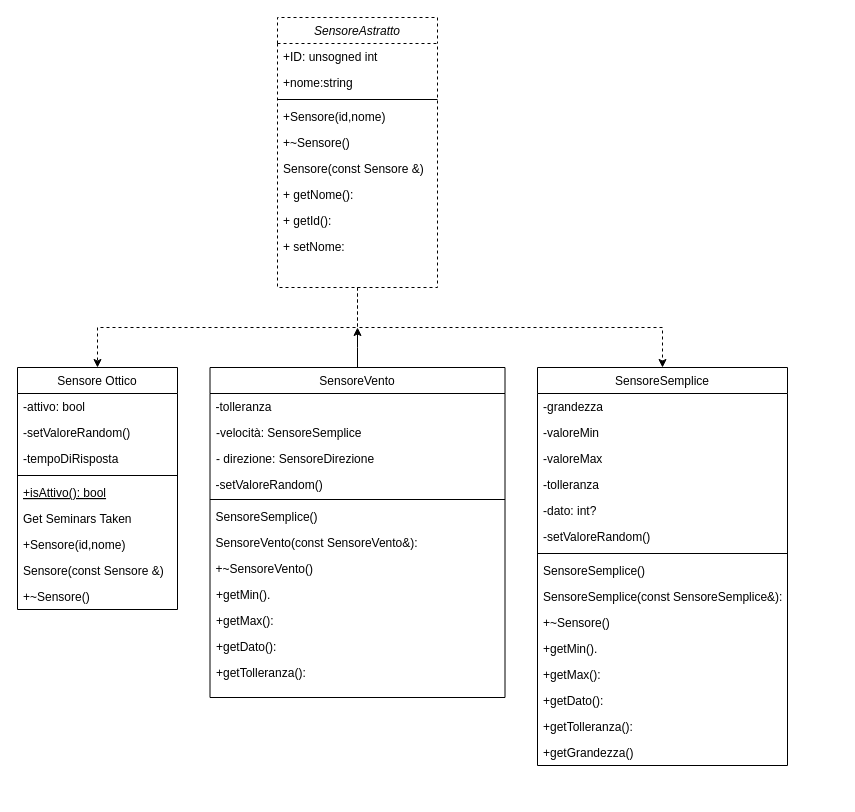
matteoumatche/PAO2024 keeps this draw.io diagram as Pao2024lo.drawio. Above is the earlier version. Source tidied: cells renumbered, new cells numbered last; positions are measured from the earlier drawing's top-left corner, leaving out a move shared by most shapes. Both pictures are drawn from the tidied source at 100%, with x=0, y=0 at pixel (17, 17).
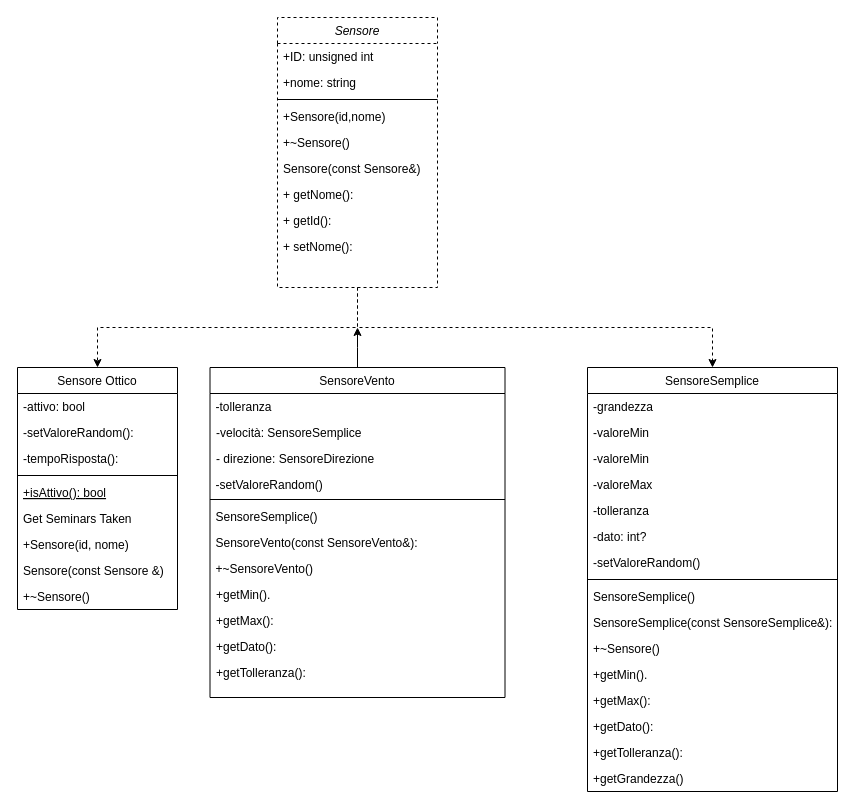
Above is the later version.

Unchanged cells that the change refers to:
```xml
<mxCell id="14" value="Sensore Ottico" style="swimlane;fontStyle=0;align=center;verticalAlign=top;horizontal=1;startSize=26;rounded=0;shadow=0;strokeWidth=1;" parent="1" vertex="1">
  <mxGeometry y="350" width="160" height="242" as="geometry" />
</mxCell>
```

The edit, as a diff of the source:
```diff
@@
-    <mxCell id="4" value="SensoreAstratto" style="swimlane;fontStyle=2;align=center;verticalAlign=top;horizontal=1;startSize=26;rounded=0;shadow=0;strokeWidth=1;dashed=1;" parent="1" vertex="1">
+    <mxCell id="4" value="Sensore" style="swimlane;fontStyle=2;align=center;verticalAlign=top;horizontal=1;startSize=26;rounded=0;shadow=0;strokeWidth=1;dashed=1;" parent="1" vertex="1">
       <mxGeometry x="260" width="160" height="270" as="geometry" />
     </mxCell>
-    <mxCell id="5" value="+ID: unsogned int" style="text;align=left;verticalAlign=top;spacingLeft=4;spacingRight=4;overflow=hidden;" parent="4" vertex="1">
+    <mxCell id="5" value="+ID: unsigned int" style="text;align=left;verticalAlign=top;spacingLeft=4;spacingRight=4;overflow=hidden;" parent="4" vertex="1">
       <mxGeometry y="26" width="160" height="26" as="geometry" />
     </mxCell>
-    <mxCell id="6" value="+nome:string" style="text;align=left;verticalAlign=top;spacingLeft=4;spacingRight=4;overflow=hidden;rounded=0;shadow=0;html=0;" parent="4" vertex="1">
+    <mxCell id="6" value="+nome: string" style="text;align=left;verticalAlign=top;spacingLeft=4;spacingRight=4;overflow=hidden;rounded=0;shadow=0;html=0;" parent="4" vertex="1">
       <mxGeometry y="52" width="160" height="26" as="geometry" />
     </mxCell>
@@
-    <mxCell id="10" value="Sensore(const Sensore &amp;amp;)" style="text;strokeColor=none;fillColor=none;align=left;verticalAlign=top;spacingLeft=4;spacingRight=4;overflow=hidden;whiteSpace=wrap;html=1;" parent="4" vertex="1">
+    <mxCell id="10" value="Sensore(const Sensore&amp;amp;)" style="text;strokeColor=none;fillColor=none;align=left;verticalAlign=top;spacingLeft=4;spacingRight=4;overflow=hidden;whiteSpace=wrap;html=1;" parent="4" vertex="1">
       <mxGeometry y="138" width="160" height="26" as="geometry" />
     </mxCell>
@@
-    <mxCell id="13" value="+ setNome:&amp;nbsp;" style="text;strokeColor=none;fillColor=none;align=left;verticalAlign=top;spacingLeft=4;spacingRight=4;overflow=hidden;whiteSpace=wrap;html=1;" parent="4" vertex="1">
+    <mxCell id="13" value="+ setNome():&amp;nbsp;" style="text;strokeColor=none;fillColor=none;align=left;verticalAlign=top;spacingLeft=4;spacingRight=4;overflow=hidden;whiteSpace=wrap;html=1;" parent="4" vertex="1">
       <mxGeometry y="216" width="160" height="26" as="geometry" />
     </mxCell>
@@
-    <mxCell id="16" value="-setValoreRandom()" style="text;align=left;verticalAlign=top;spacingLeft=4;spacingRight=4;overflow=hidden;rounded=0;shadow=0;html=0;" parent="14" vertex="1">
+    <mxCell id="16" value="-setValoreRandom():" style="text;align=left;verticalAlign=top;spacingLeft=4;spacingRight=4;overflow=hidden;rounded=0;shadow=0;html=0;" parent="14" vertex="1">
       <mxGeometry y="52" width="160" height="26" as="geometry" />
     </mxCell>
-    <mxCell id="17" value="-tempoDiRisposta" style="text;align=left;verticalAlign=top;spacingLeft=4;spacingRight=4;overflow=hidden;rounded=0;shadow=0;html=0;" parent="14" vertex="1">
+    <mxCell id="17" value="-tempoRisposta():" style="text;align=left;verticalAlign=top;spacingLeft=4;spacingRight=4;overflow=hidden;rounded=0;shadow=0;html=0;" parent="14" vertex="1">
       <mxGeometry y="78" width="160" height="26" as="geometry" />
     </mxCell>
@@
-    <mxCell id="21" value="+Sensore(id,nome)" style="text;align=left;verticalAlign=top;spacingLeft=4;spacingRight=4;overflow=hidden;" parent="14" vertex="1">
+    <mxCell id="21" value="+Sensore(id, nome)" style="text;align=left;verticalAlign=top;spacingLeft=4;spacingRight=4;overflow=hidden;" parent="14" vertex="1">
       <mxGeometry y="164" width="160" height="26" as="geometry" />
     </mxCell>
@@
     <mxCell id="24" value="SensoreSemplice" style="swimlane;fontStyle=0;align=center;verticalAlign=top;horizontal=1;startSize=26;rounded=0;shadow=0;strokeWidth=1;" parent="1" vertex="1">
-      <mxGeometry x="520" y="350" width="250" height="398" as="geometry" />
+      <mxGeometry x="570" y="350" width="250" height="424" as="geometry" />
     </mxCell>
@@
+    <mxCell id="54" value="-valoreMin" style="text;align=left;verticalAlign=top;spacingLeft=4;spacingRight=4;overflow=hidden;rounded=0;shadow=0;html=0;" parent="24" vertex="1">
+      <mxGeometry y="52" width="250" height="26" as="geometry" />
+    </mxCell>
     <mxCell id="26" value="-valoreMin" style="text;align=left;verticalAlign=top;spacingLeft=4;spacingRight=4;overflow=hidden;rounded=0;shadow=0;html=0;" parent="24" vertex="1">
-      <mxGeometry y="52" width="250" height="26" as="geometry" />
+      <mxGeometry y="78" width="250" height="26" as="geometry" />
     </mxCell>
     <mxCell id="27" value="-valoreMax" style="text;align=left;verticalAlign=top;spacingLeft=4;spacingRight=4;overflow=hidden;rounded=0;shadow=0;html=0;" parent="24" vertex="1">
-      <mxGeometry y="78" width="250" height="26" as="geometry" />
+      <mxGeometry y="104" width="250" height="26" as="geometry" />
     </mxCell>
     <mxCell id="28" value="-tolleranza" style="text;align=left;verticalAlign=top;spacingLeft=4;spacingRight=4;overflow=hidden;rounded=0;shadow=0;html=0;" parent="24" vertex="1">
-      <mxGeometry y="104" width="250" height="26" as="geometry" />
+      <mxGeometry y="130" width="250" height="26" as="geometry" />
     </mxCell>
     <mxCell id="29" value="-dato: int?" style="text;strokeColor=none;fillColor=none;align=left;verticalAlign=top;spacingLeft=4;spacingRight=4;overflow=hidden;whiteSpace=wrap;html=1;" parent="24" vertex="1">
-      <mxGeometry y="130" width="250" height="26" as="geometry" />
+      <mxGeometry y="156" width="250" height="26" as="geometry" />
     </mxCell>
     <mxCell id="30" value="-setValoreRandom()" style="text;align=left;verticalAlign=top;spacingLeft=4;spacingRight=4;overflow=hidden;rounded=0;shadow=0;html=0;" parent="24" vertex="1">
-      <mxGeometry y="156" width="250" height="26" as="geometry" />
+      <mxGeometry y="182" width="250" height="26" as="geometry" />
     </mxCell>
     <mxCell id="31" style="line;html=1;strokeWidth=1;align=left;verticalAlign=middle;spacingTop=-1;spacingLeft=3;spacingRight=3;labelPosition=right;" parent="24" vertex="1">
-      <mxGeometry y="182" width="250" height="8" as="geometry" />
+      <mxGeometry y="208" width="250" height="8" as="geometry" />
     </mxCell>
     <mxCell id="32" value="SensoreSemplice()" style="text;align=left;verticalAlign=top;spacingLeft=4;spacingRight=4;overflow=hidden;" parent="24" vertex="1">
-      <mxGeometry y="190" width="250" height="26" as="geometry" />
+      <mxGeometry y="216" width="250" height="26" as="geometry" />
     </mxCell>
     <mxCell id="33" value="SensoreSemplice(const SensoreSemplice&amp;):" style="text;align=left;verticalAlign=top;spacingLeft=4;spacingRight=4;overflow=hidden;" parent="24" vertex="1">
-      <mxGeometry y="216" width="250" height="26" as="geometry" />
+      <mxGeometry y="242" width="250" height="26" as="geometry" />
     </mxCell>
     <mxCell id="34" value="+~Sensore()" style="text;align=left;verticalAlign=top;spacingLeft=4;spacingRight=4;overflow=hidden;" parent="24" vertex="1">
-      <mxGeometry y="242" width="250" height="26" as="geometry" />
+      <mxGeometry y="268" width="250" height="26" as="geometry" />
     </mxCell>
     <mxCell id="35" value="+getMin()." style="text;strokeColor=none;fillColor=none;align=left;verticalAlign=top;spacingLeft=4;spacingRight=4;overflow=hidden;whiteSpace=wrap;html=1;" parent="24" vertex="1">
-      <mxGeometry y="268" width="250" height="26" as="geometry" />
+      <mxGeometry y="294" width="250" height="26" as="geometry" />
     </mxCell>
     <mxCell id="36" value="+getMax():" style="text;strokeColor=none;fillColor=none;align=left;verticalAlign=top;spacingLeft=4;spacingRight=4;overflow=hidden;whiteSpace=wrap;html=1;" parent="24" vertex="1">
-      <mxGeometry y="294" width="250" height="26" as="geometry" />
+      <mxGeometry y="320" width="250" height="26" as="geometry" />
     </mxCell>
     <mxCell id="37" value="+getDato():" style="text;strokeColor=none;fillColor=none;align=left;verticalAlign=top;spacingLeft=4;spacingRight=4;overflow=hidden;whiteSpace=wrap;html=1;" parent="24" vertex="1">
-      <mxGeometry y="320" width="250" height="26" as="geometry" />
+      <mxGeometry y="346" width="250" height="26" as="geometry" />
     </mxCell>
     <mxCell id="38" value="+getTolleranza():" style="text;strokeColor=none;fillColor=none;align=left;verticalAlign=top;spacingLeft=4;spacingRight=4;overflow=hidden;whiteSpace=wrap;html=1;" parent="24" vertex="1">
-      <mxGeometry y="346" width="250" height="26" as="geometry" />
+      <mxGeometry y="372" width="250" height="26" as="geometry" />
     </mxCell>
     <mxCell id="39" value="+getGrandezza()" style="text;strokeColor=none;fillColor=none;align=left;verticalAlign=top;spacingLeft=4;spacingRight=4;overflow=hidden;whiteSpace=wrap;html=1;" parent="24" vertex="1">
-      <mxGeometry y="372" width="250" height="26" as="geometry" />
+      <mxGeometry y="398" width="250" height="26" as="geometry" />
     </mxCell>
```
